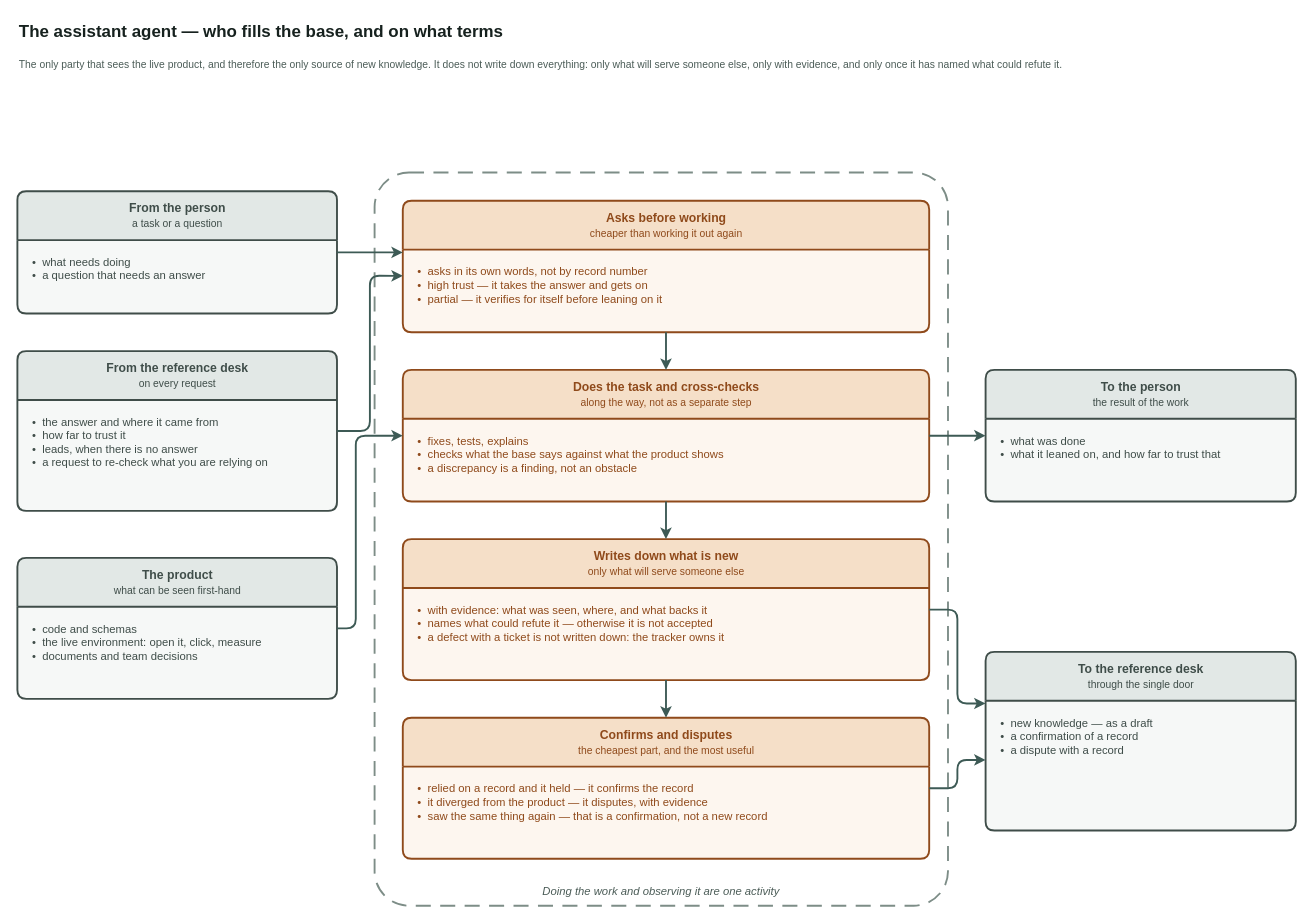
Earlier version of the draw.io diagram page "The assistant agent" (5 of 7) of docs/adr/adr-knowledge-base-v3-overview.drawio (VirtoCommerce/ai-tools). Source tidied: cells renumbered, new cells numbered last; positions are measured from the earlier drawing's top-left corner, leaving out a move shared by most shapes. Both pictures are drawn from the tidied source at 94%, with x=0, y=0 at pixel (17, 16).
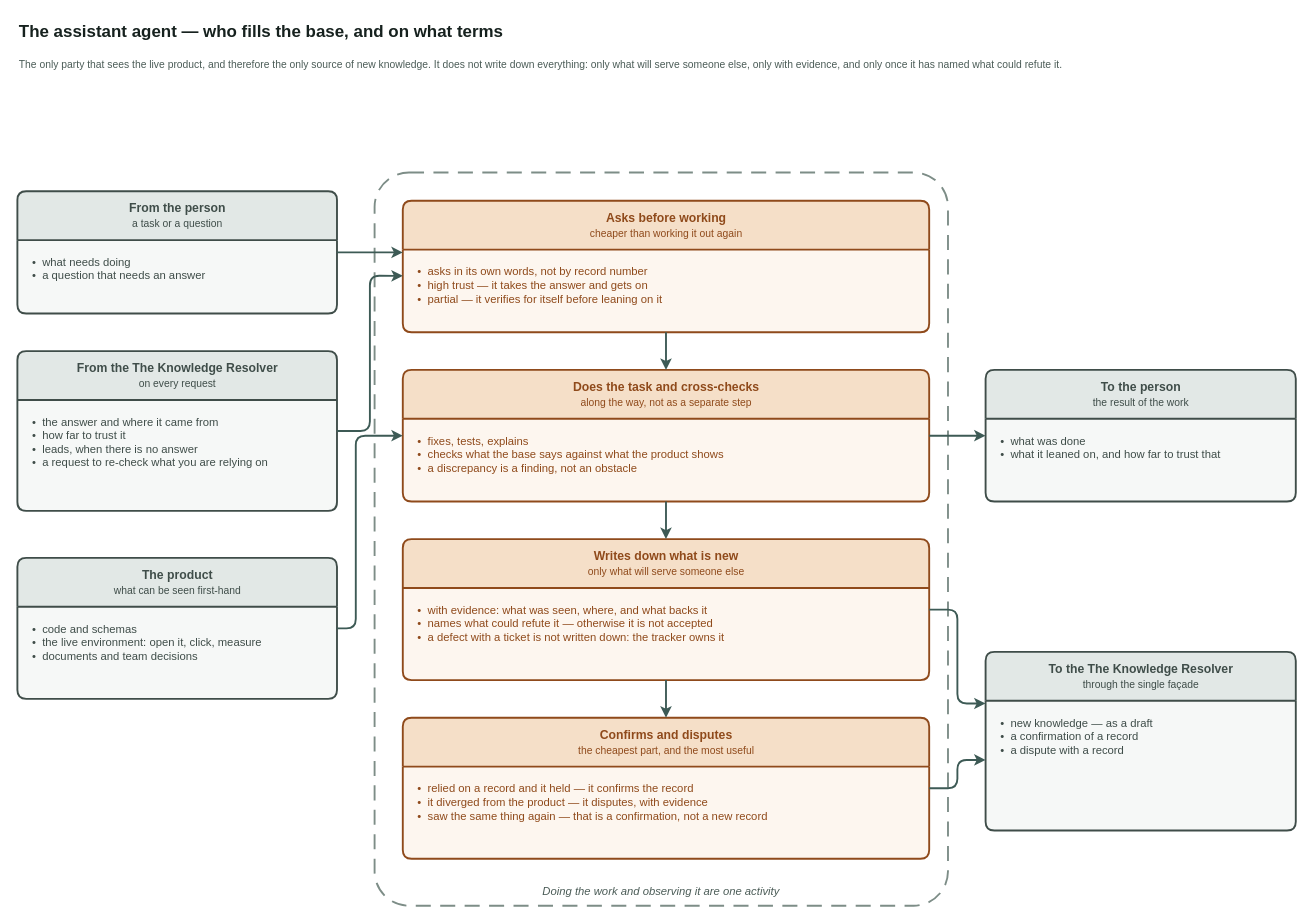
After the change.

What changed in the source:
```diff
@@
-    <mxCell id="6" value="From the reference desk&lt;br&gt;&lt;span style=&quot;font-size:11px;font-weight:normal&quot;&gt;on every request&lt;/span&gt;" style="swimlane;html=1;rounded=1;arcSize=6;startSize=52;horizontal=1;fillColor=#e2e8e6;swimlaneFillColor=#f6f8f7;strokeColor=#3f4d49;fontColor=#3f4d49;fontSize=13;fontStyle=1;align=center;verticalAlign=middle;strokeWidth=2;fontFamily=Helvetica;" parent="1" vertex="1">
+    <mxCell id="6" value="From the The Knowledge Resolver&lt;br&gt;&lt;span style=&quot;font-size:11px;font-weight:normal&quot;&gt;on every request&lt;/span&gt;" style="swimlane;html=1;rounded=1;arcSize=6;startSize=52;horizontal=1;fillColor=#e2e8e6;swimlaneFillColor=#f6f8f7;strokeColor=#3f4d49;fontColor=#3f4d49;fontSize=13;fontStyle=1;align=center;verticalAlign=middle;strokeWidth=2;fontFamily=Helvetica;" parent="1" vertex="1">
       <mxGeometry y="356" width="340" height="170" as="geometry" />
     </mxCell>
@@
-    <mxCell id="21" value="To the reference desk&lt;br&gt;&lt;span style=&quot;font-size:11px;font-weight:normal&quot;&gt;through the single door&lt;/span&gt;" style="swimlane;html=1;rounded=1;arcSize=6;startSize=52;horizontal=1;fillColor=#e2e8e6;swimlaneFillColor=#f6f8f7;strokeColor=#3f4d49;fontColor=#3f4d49;fontSize=13;fontStyle=1;align=center;verticalAlign=middle;strokeWidth=2;fontFamily=Helvetica;" parent="1" vertex="1">
+    <mxCell id="21" value="To the The Knowledge Resolver&lt;br&gt;&lt;span style=&quot;font-size:11px;font-weight:normal&quot;&gt;through the single façade&lt;/span&gt;" style="swimlane;html=1;rounded=1;arcSize=6;startSize=52;horizontal=1;fillColor=#e2e8e6;swimlaneFillColor=#f6f8f7;strokeColor=#3f4d49;fontColor=#3f4d49;fontSize=13;fontStyle=1;align=center;verticalAlign=middle;strokeWidth=2;fontFamily=Helvetica;" parent="1" vertex="1">
       <mxGeometry x="1030" y="676" width="330" height="190" as="geometry" />
     </mxCell>
```
